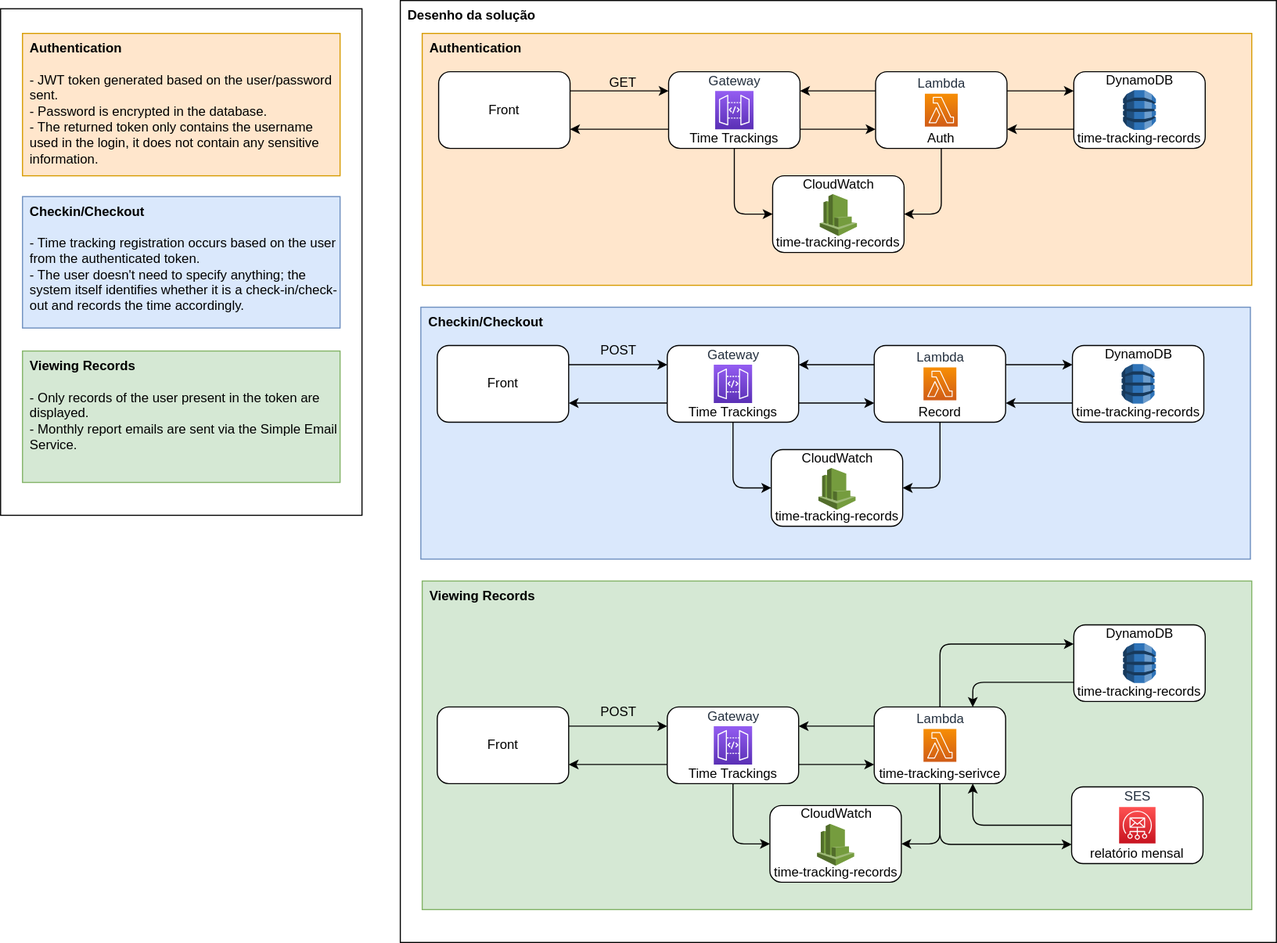
Above: docs/assets/integrations.svg in DenisSlapelis/time-tracking-service (draw.io), before the change. Source tidied: cells renumbered, new cells last; positions are measured from the earlier drawing's top-left corner, leaving out a move shared by most shapes.
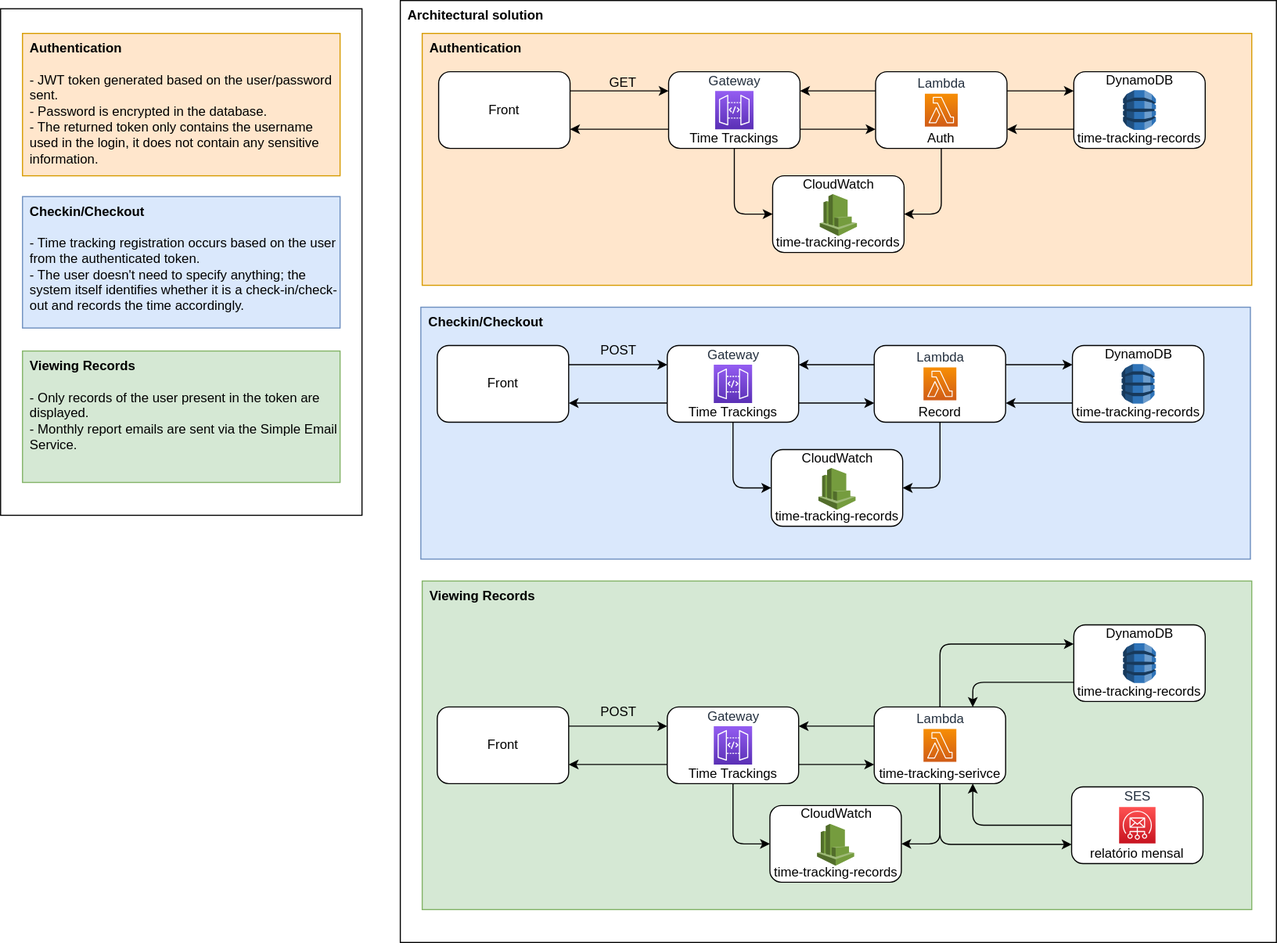
After the change.

What changed in the source:
```diff
@@ -2,7 +2,7 @@
   <root>
     <mxCell id="0" />
     <mxCell id="1" parent="0" />
-    <mxCell id="2" value="&lt;b&gt;Desenho da solução&lt;/b&gt;" style="rounded=0;whiteSpace=wrap;html=1;align=left;verticalAlign=top;spacingLeft=5;" parent="1" vertex="1">
+    <mxCell id="2" value="&lt;b&gt;Architectural solution&lt;/b&gt;" style="rounded=0;whiteSpace=wrap;html=1;align=left;verticalAlign=top;spacingLeft=5;" parent="1" vertex="1">
       <mxGeometry x="365" width="800" height="860" as="geometry" />
     </mxCell>
     <mxCell id="3" value="&lt;b style=&quot;border-color: var(--border-color);&quot;&gt;Authentication&lt;/b&gt;" style="rounded=0;whiteSpace=wrap;html=1;align=left;verticalAlign=top;spacingLeft=5;fillColor=#ffe6cc;strokeColor=#d79b00;" parent="1" vertex="1">
```
